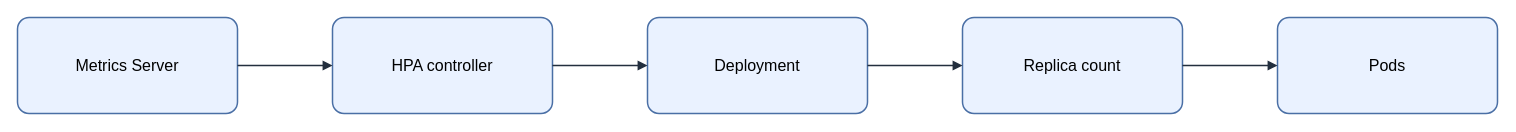
This is assets/img/kubernetes/horizontal-pod-autoscaling.drawio from KKamJi98/kkamji98.github.io, a draw.io file, before an edit. Source tidied: cells renumbered, new cells numbered last; positions are measured from the earlier drawing's top-left corner, leaving out a move shared by most shapes. Both pictures are drawn from the tidied source at 100%, with x=0, y=0 at pixel (17, 17).
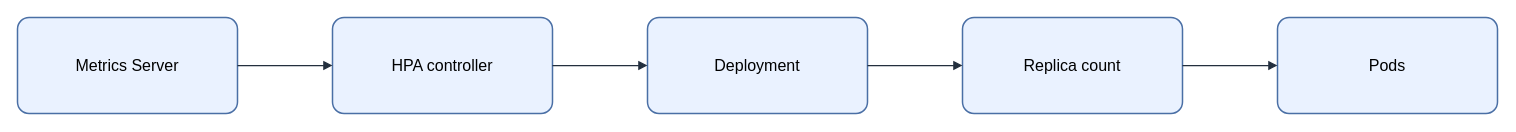
After the change.

Diff of the diagram source:
```diff
@@
 <mxGraphModel background="#FFFFFF">
   <root>
     <mxCell id="0" />
     <mxCell id="1" parent="0" />
-    <mxCell id="2" value="&lt;font style=&quot;color: rgb(0, 0, 0);&quot;&gt;Metrics Server&lt;/font&gt;" style="rounded=1;arcSize=12;whiteSpace=wrap;html=1;fillColor=#EAF2FF;strokeColor=#4A6FA5;strokeWidth=1.5;fontColor=#000000;fontSize=16;align=center;verticalAlign=middle;spacing=8;shadow=0;" parent="1" vertex="1">
+    <mxCell id="2" value="Metrics Server" style="rounded=1;arcSize=12;whiteSpace=wrap;html=0;fillColor=#EAF2FF;strokeColor=#4A6FA5;strokeWidth=1.5;fontColor=#000000;fontSize=16;align=center;verticalAlign=middle;spacing=8;shadow=0;" parent="1" vertex="1">
       <mxGeometry width="220" height="96" as="geometry" />
     </mxCell>
-    <mxCell id="3" value="&lt;font style=&quot;color: rgb(0, 0, 0);&quot;&gt;HPA controller&lt;/font&gt;" style="rounded=1;arcSize=12;whiteSpace=wrap;html=1;fillColor=#EAF2FF;strokeColor=#4A6FA5;strokeWidth=1.5;fontColor=#000000;fontSize=16;align=center;verticalAlign=middle;spacing=8;shadow=0;" parent="1" vertex="1">
+    <mxCell id="3" value="HPA controller" style="rounded=1;arcSize=12;whiteSpace=wrap;html=0;fillColor=#EAF2FF;strokeColor=#4A6FA5;strokeWidth=1.5;fontColor=#000000;fontSize=16;align=center;verticalAlign=middle;spacing=8;shadow=0;" parent="1" vertex="1">
       <mxGeometry x="315" width="220" height="96" as="geometry" />
     </mxCell>
-    <mxCell id="4" value="&lt;font style=&quot;color: rgb(0, 0, 0);&quot;&gt;Deployment&lt;/font&gt;" style="rounded=1;arcSize=12;whiteSpace=wrap;html=1;fillColor=#EAF2FF;strokeColor=#4A6FA5;strokeWidth=1.5;fontColor=#000000;fontSize=16;align=center;verticalAlign=middle;spacing=8;shadow=0;" parent="1" vertex="1">
+    <mxCell id="4" value="Deployment" style="rounded=1;arcSize=12;whiteSpace=wrap;html=0;fillColor=#EAF2FF;strokeColor=#4A6FA5;strokeWidth=1.5;fontColor=#000000;fontSize=16;align=center;verticalAlign=middle;spacing=8;shadow=0;" parent="1" vertex="1">
       <mxGeometry x="630" width="220" height="96" as="geometry" />
     </mxCell>
-    <mxCell id="5" value="&lt;font style=&quot;color: rgb(0, 0, 0);&quot;&gt;Replica count&lt;/font&gt;" style="rounded=1;arcSize=12;whiteSpace=wrap;html=1;fillColor=#EAF2FF;strokeColor=#4A6FA5;strokeWidth=1.5;fontColor=#000000;fontSize=16;align=center;verticalAlign=middle;spacing=8;shadow=0;" parent="1" vertex="1">
+    <mxCell id="5" value="Replica count" style="rounded=1;arcSize=12;whiteSpace=wrap;html=0;fillColor=#EAF2FF;strokeColor=#4A6FA5;strokeWidth=1.5;fontColor=#000000;fontSize=16;align=center;verticalAlign=middle;spacing=8;shadow=0;" parent="1" vertex="1">
       <mxGeometry x="945" width="220" height="96" as="geometry" />
     </mxCell>
-    <mxCell id="6" value="&lt;font style=&quot;color: rgb(0, 0, 0);&quot;&gt;Pods&lt;/font&gt;" style="rounded=1;arcSize=12;whiteSpace=wrap;html=1;fillColor=#EAF2FF;strokeColor=#4A6FA5;strokeWidth=1.5;fontColor=#000000;fontSize=16;align=center;verticalAlign=middle;spacing=8;shadow=0;" parent="1" vertex="1">
+    <mxCell id="6" value="Pods" style="rounded=1;arcSize=12;whiteSpace=wrap;html=0;fillColor=#EAF2FF;strokeColor=#4A6FA5;strokeWidth=1.5;fontColor=#000000;fontSize=16;align=center;verticalAlign=middle;spacing=8;shadow=0;" parent="1" vertex="1">
       <mxGeometry x="1260" width="220" height="96" as="geometry" />
     </mxCell>
-    <mxCell id="7" style="edgeStyle=orthogonalEdgeStyle;rounded=0;jettySize=auto;html=1;endArrow=block;endFill=1;strokeColor=#232F3E;strokeWidth=1.5;fontColor=#000000;labelBackgroundColor=none;exitX=1;exitY=0.5;exitDx=0;exitDy=0;entryX=0;entryY=0.5;entryDx=0;entryDy=0;" parent="1" edge="1" source="2" target="3">
+    <mxCell id="7" style="edgeStyle=orthogonalEdgeStyle;rounded=0;jettySize=auto;html=0;endArrow=block;endFill=1;strokeColor=#232F3E;strokeWidth=1.25;fontColor=#000000;labelBackgroundColor=none;exitX=1;exitY=0.5;exitDx=0;exitDy=0;entryX=0;entryY=0.5;entryDx=0;entryDy=0;" parent="1" edge="1" source="2" target="3">
       <mxGeometry relative="1" as="geometry" />
     </mxCell>
-    <mxCell id="8" style="edgeStyle=orthogonalEdgeStyle;rounded=0;jettySize=auto;html=1;endArrow=block;endFill=1;strokeColor=#232F3E;strokeWidth=1.5;fontColor=#000000;labelBackgroundColor=none;exitX=1;exitY=0.5;exitDx=0;exitDy=0;entryX=0;entryY=0.5;entryDx=0;entryDy=0;" parent="1" edge="1" source="3" target="4">
+    <mxCell id="8" style="edgeStyle=orthogonalEdgeStyle;rounded=0;jettySize=auto;html=0;endArrow=block;endFill=1;strokeColor=#232F3E;strokeWidth=1.25;fontColor=#000000;labelBackgroundColor=none;exitX=1;exitY=0.5;exitDx=0;exitDy=0;entryX=0;entryY=0.5;entryDx=0;entryDy=0;" parent="1" edge="1" source="3" target="4">
       <mxGeometry relative="1" as="geometry" />
     </mxCell>
-    <mxCell id="9" style="edgeStyle=orthogonalEdgeStyle;rounded=0;jettySize=auto;html=1;endArrow=block;endFill=1;strokeColor=#232F3E;strokeWidth=1.5;fontColor=#000000;labelBackgroundColor=none;exitX=1;exitY=0.5;exitDx=0;exitDy=0;entryX=0;entryY=0.5;entryDx=0;entryDy=0;" parent="1" edge="1" source="4" target="5">
+    <mxCell id="9" style="edgeStyle=orthogonalEdgeStyle;rounded=0;jettySize=auto;html=0;endArrow=block;endFill=1;strokeColor=#232F3E;strokeWidth=1.25;fontColor=#000000;labelBackgroundColor=none;exitX=1;exitY=0.5;exitDx=0;exitDy=0;entryX=0;entryY=0.5;entryDx=0;entryDy=0;" parent="1" edge="1" source="4" target="5">
       <mxGeometry relative="1" as="geometry" />
     </mxCell>
-    <mxCell id="10" style="edgeStyle=orthogonalEdgeStyle;rounded=0;jettySize=auto;html=1;endArrow=block;endFill=1;strokeColor=#232F3E;strokeWidth=1.5;fontColor=#000000;labelBackgroundColor=none;exitX=1;exitY=0.5;exitDx=0;exitDy=0;entryX=0;entryY=0.5;entryDx=0;entryDy=0;" parent="1" edge="1" source="5" target="6">
+    <mxCell id="10" style="edgeStyle=orthogonalEdgeStyle;rounded=0;jettySize=auto;html=0;endArrow=block;endFill=1;strokeColor=#232F3E;strokeWidth=1.25;fontColor=#000000;labelBackgroundColor=none;exitX=1;exitY=0.5;exitDx=0;exitDy=0;entryX=0;entryY=0.5;entryDx=0;entryDy=0;" parent="1" edge="1" source="5" target="6">
       <mxGeometry relative="1" as="geometry" />
     </mxCell>
   </root>
 </mxGraphModel>
```
